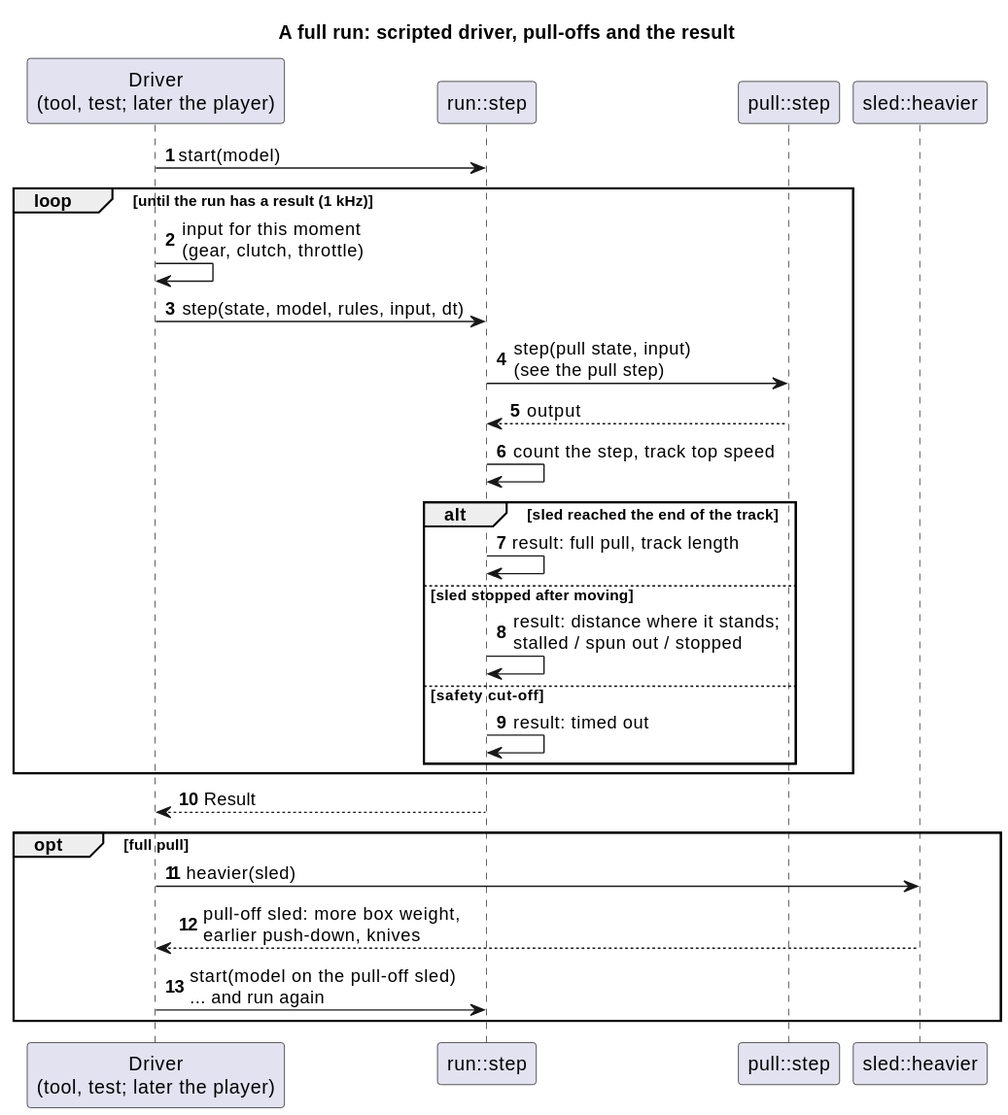
Before: docs/diagrams/svg/full_run_sequence.svg, a diagram exported from PlantUML (wversteeg/TractorPulling).
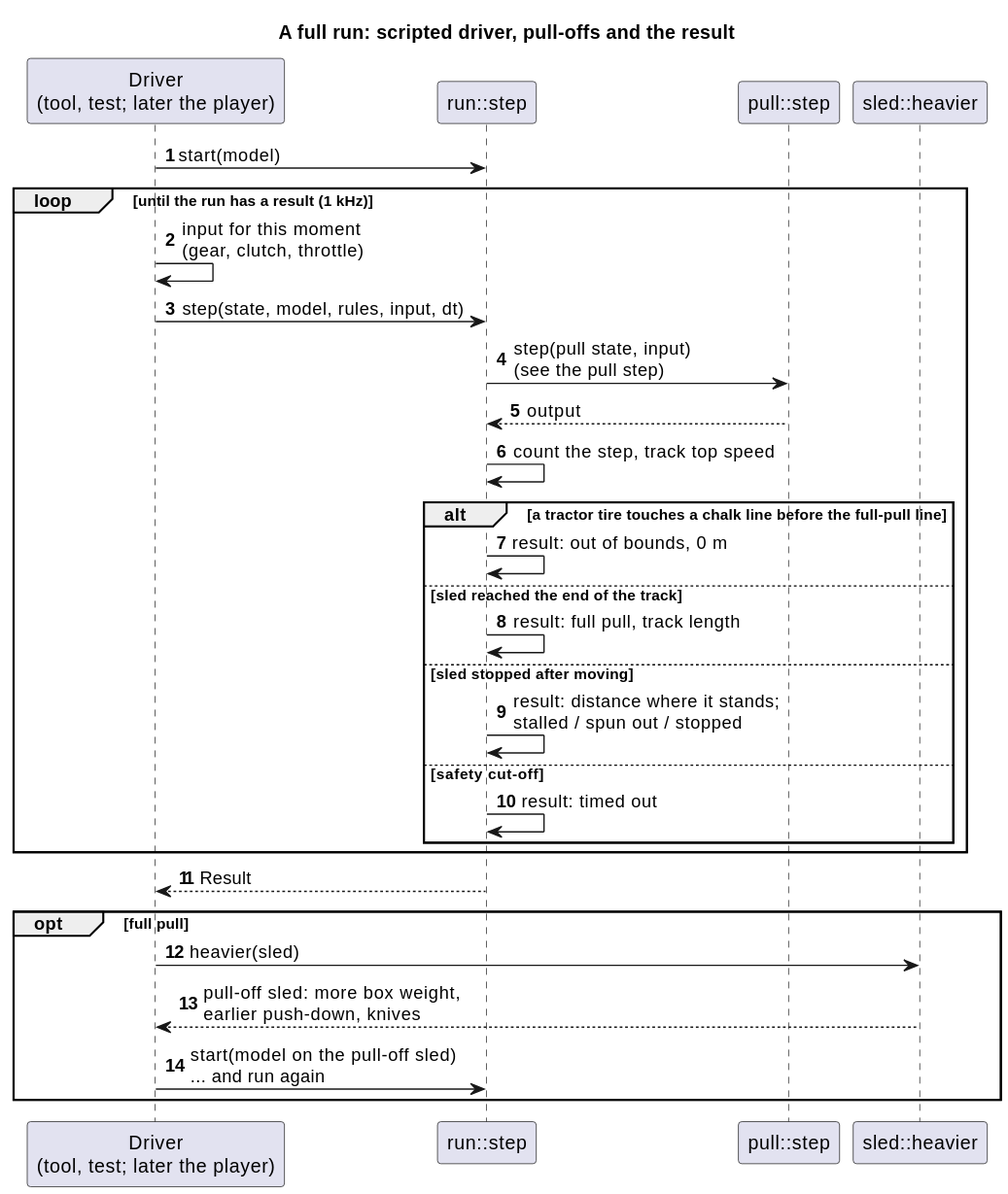
The same file after the commit.

Change to the diagram source:
```diff
@@ -13,7 +13,9 @@
   Run -> Pull : step(pull state, input)\n(see the pull step)
   Pull --> Run : output
   Run -> Run : count the step, track top speed
-  alt sled reached the end of the track
+  alt a tractor tire touches a chalk line before the full-pull line
+    Run -> Run : result: out of bounds, 0 m
+  else sled reached the end of the track
     Run -> Run : result: full pull, track length
   else sled stopped after moving
     Run -> Run : result: distance where it stands;\nstalled / spun out / stopped
```
